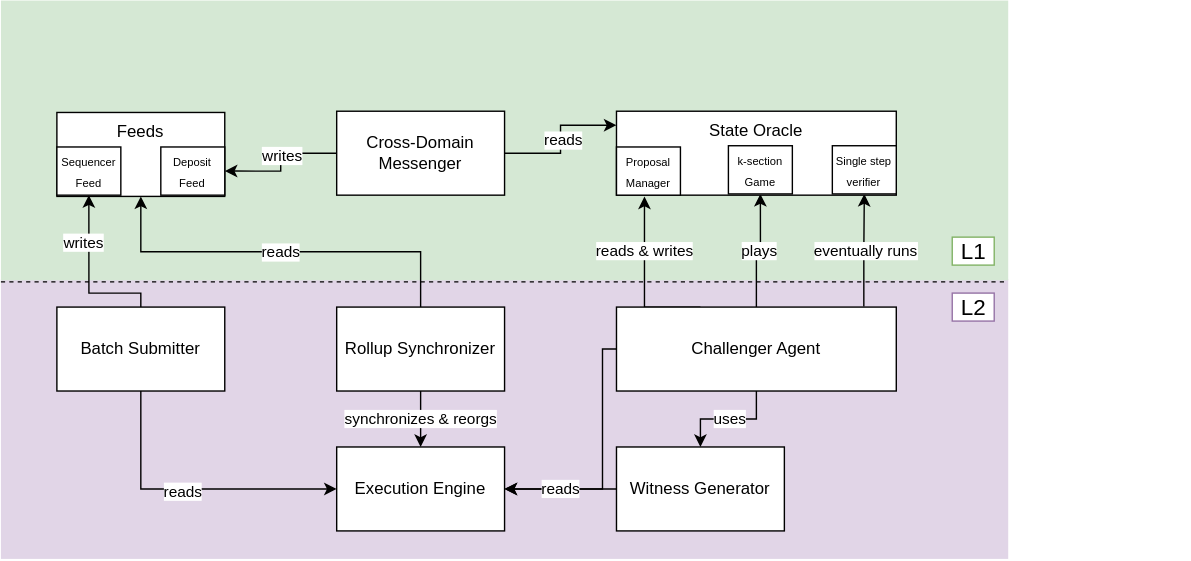
ethereum-optimism/optimism keeps this draw.io diagram as architecture.svg. Above is the earlier version. Source tidied: cells renumbered, new cells last; positions are measured from the earlier drawing's top-left corner, leaving out a move shared by most shapes.
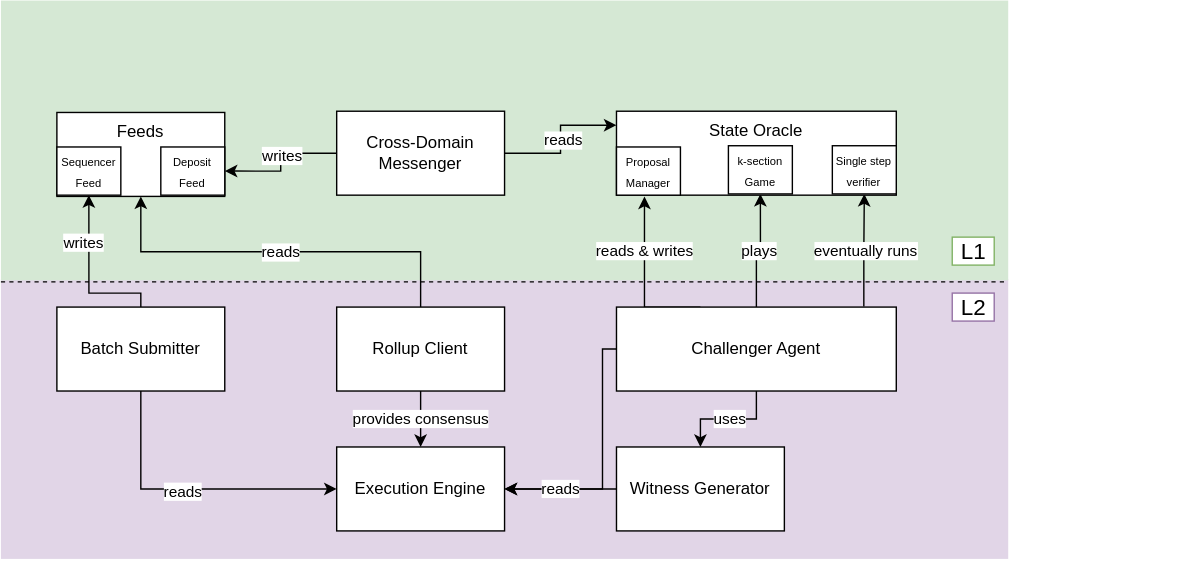
After the change.

Commit message:
rename rollup synchronizer to rollup client

Diff of the diagram source:
```diff
@@ -112,10 +112,10 @@
         <mxPoint x="100" y="139.9" as="targetPoint" />
       </mxGeometry>
     </mxCell>
-    <mxCell id="29" value="synchronizes &amp;amp; reorgs" style="edgeStyle=orthogonalEdgeStyle;rounded=0;jettySize=auto;html=1;exitX=0.5;exitY=1;exitDx=0;exitDy=0;startArrow=none;startFill=0;endArrow=classic;endFill=1;" parent="12" edge="1" source="30" target="36">
+    <mxCell id="29" value="provides consensus" style="edgeStyle=orthogonalEdgeStyle;rounded=0;jettySize=auto;html=1;exitX=0.5;exitY=1;exitDx=0;exitDy=0;startArrow=none;startFill=0;endArrow=classic;endFill=1;" parent="12" edge="1" source="30" target="36">
       <mxGeometry relative="1" as="geometry" />
     </mxCell>
-    <mxCell id="30" value="Rollup Synchronizer" style="rounded=0;whiteSpace=wrap;html=1;" parent="12" vertex="1">
+    <mxCell id="30" value="Rollup Client" style="rounded=0;whiteSpace=wrap;html=1;" parent="12" vertex="1">
       <mxGeometry x="240" y="219" width="120" height="60" as="geometry" />
     </mxCell>
     <mxCell id="31" style="edgeStyle=orthogonalEdgeStyle;rounded=0;jettySize=auto;html=1;exitX=0.5;exitY=0;exitDx=0;exitDy=0;entryX=0.5;entryY=1;entryDx=0;entryDy=0;startArrow=none;startFill=0;endArrow=classic;endFill=1;" parent="12" edge="1" source="35">
```
